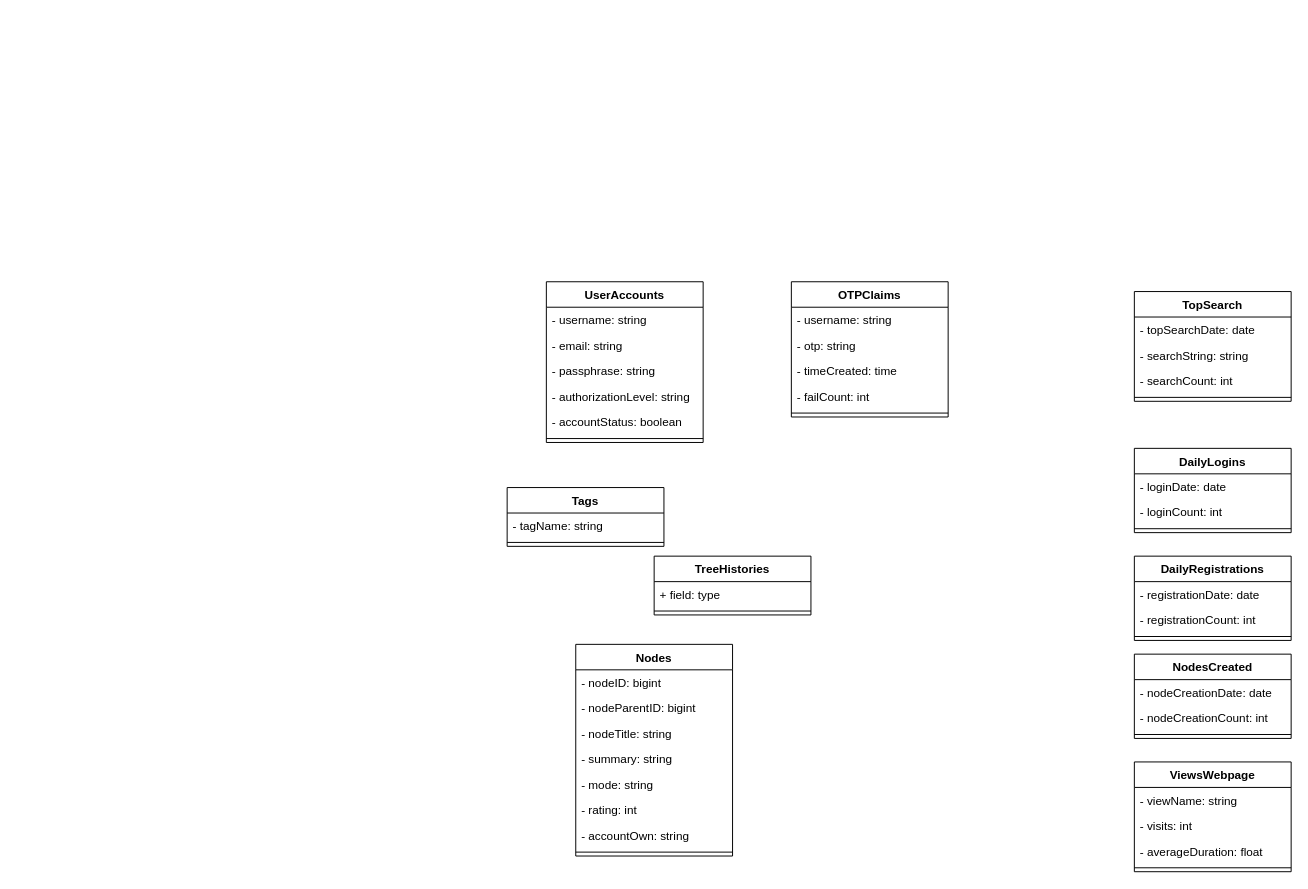
Above: Tresearch UML.drawio in matttchen117/Tresearch (draw.io), before the change. Source tidied: cells renumbered, new cells numbered last; positions are measured from the earlier drawing's top-left corner, leaving out a move shared by most shapes. Both pictures are drawn from the tidied source at 98%, with x=0, y=0 at pixel (507, 281).
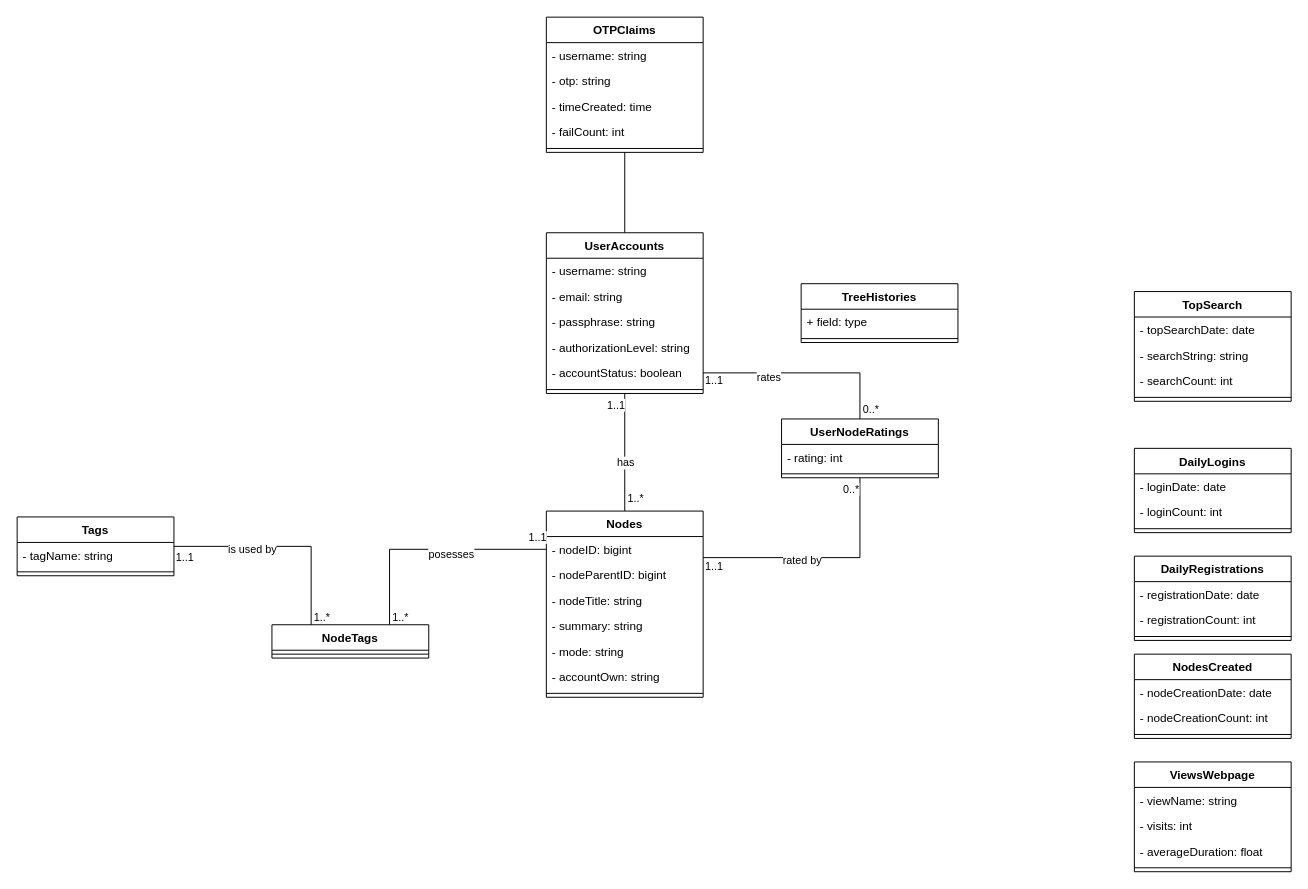
The same page after the edit.

Commit message:
Added two tables to the diagram

The change refers to these unchanged cells:
```xml
<mxCell id="13" value="- accountStatus: boolean" style="text;strokeColor=none;fillColor=none;align=left;verticalAlign=top;spacingLeft=4;spacingRight=4;overflow=hidden;points=[[0,0.5],[1,0.5]];portConstraint=eastwest;" parent="8" vertex="1">
  <mxGeometry y="130" width="160" height="26" as="geometry" />
</mxCell>
<mxCell id="31" value="- nodeID: bigint" style="text;strokeColor=none;fillColor=none;align=left;verticalAlign=top;spacingLeft=4;spacingRight=4;overflow=hidden;points=[[0,0.5],[1,0.5]];portConstraint=eastwest;" parent="30" vertex="1">
  <mxGeometry y="26" width="160" height="26" as="geometry" />
</mxCell>
```

Change to the diagram source:
```diff
@@
+    <mxCell id="52" style="edgeStyle=orthogonalEdgeStyle;rounded=0;jettySize=auto;html=1;exitX=0.5;exitY=1;exitDx=0;exitDy=0;entryX=0.5;entryY=0;entryDx=0;entryDy=0;endArrow=none;endFill=0;" parent="1" edge="1" source="2" target="8">
+      <mxGeometry relative="1" as="geometry" />
+    </mxCell>
     <mxCell id="2" value="OTPClaims" style="swimlane;fontStyle=1;align=center;verticalAlign=top;horizontal=1;startSize=26;" parent="1" vertex="1">
-      <mxGeometry x="290" width="160" height="138" as="geometry" />
+      <mxGeometry x="40" y="-270" width="160" height="138" as="geometry" />
     </mxCell>
@@
+    <mxCell id="53" style="edgeStyle=orthogonalEdgeStyle;rounded=0;jettySize=auto;html=1;entryX=0.5;entryY=0;entryDx=0;entryDy=0;endArrow=none;endFill=0;exitX=0.5;exitY=1;exitDx=0;exitDy=0;" parent="1" edge="1" source="8" target="30">
+      <mxGeometry relative="1" as="geometry" />
+    </mxCell>
+    <mxCell id="54" value="1..*" style="edgeLabel;html=1;align=center;verticalAlign=middle;" parent="53" vertex="1">
+      <mxGeometry x="0.78" y="1" relative="1" as="geometry">
+        <mxPoint x="9" y="-1" as="offset" />
+      </mxGeometry>
+    </mxCell>
+    <mxCell id="55" value="has" style="edgeLabel;html=1;align=center;verticalAlign=middle;" parent="53" vertex="1">
+      <mxGeometry x="0.16" y="-8" relative="1" as="geometry">
+        <mxPoint x="8" as="offset" />
+      </mxGeometry>
+    </mxCell>
+    <mxCell id="56" value="1..1" style="edgeLabel;html=1;align=center;verticalAlign=middle;" parent="53" vertex="1">
+      <mxGeometry x="-0.81" y="1" relative="1" as="geometry">
+        <mxPoint x="-11" as="offset" />
+      </mxGeometry>
+    </mxCell>
     <mxCell id="8" value="UserAccounts" style="swimlane;fontStyle=1;align=center;verticalAlign=top;horizontal=1;startSize=26;" parent="1" vertex="1">
-      <mxGeometry x="40" width="160" height="164" as="geometry" />
+      <mxGeometry x="40" y="-50" width="160" height="164" as="geometry" />
     </mxCell>
@@
     <mxCell id="24" value="TreeHistories" style="swimlane;fontStyle=1;align=center;verticalAlign=top;horizontal=1;startSize=26;" parent="1" vertex="1">
-      <mxGeometry x="150" y="280" width="160" height="60" as="geometry" />
+      <mxGeometry x="300" y="2" width="160" height="60" as="geometry" />
     </mxCell>
@@
+    <mxCell id="57" style="edgeStyle=orthogonalEdgeStyle;rounded=0;jettySize=auto;html=1;entryX=0.25;entryY=0;entryDx=0;entryDy=0;endArrow=none;endFill=0;" parent="1" edge="1" source="27" target="69">
+      <mxGeometry relative="1" as="geometry" />
+    </mxCell>
+    <mxCell id="58" value="1..*" style="edgeLabel;html=1;align=center;verticalAlign=middle;" parent="57" vertex="1">
+      <mxGeometry x="0.82" y="3" relative="1" as="geometry">
+        <mxPoint x="7" y="12" as="offset" />
+      </mxGeometry>
+    </mxCell>
+    <mxCell id="59" value="1..1" style="edgeLabel;html=1;align=center;verticalAlign=middle;" parent="57" vertex="1">
+      <mxGeometry x="-0.67" y="1" relative="1" as="geometry">
+        <mxPoint x="-26" y="11" as="offset" />
+      </mxGeometry>
+    </mxCell>
+    <mxCell id="60" value="is used by" style="edgeLabel;html=1;align=center;verticalAlign=middle;" parent="57" vertex="1">
+      <mxGeometry x="-0.28" y="-2" relative="1" as="geometry" />
+    </mxCell>
     <mxCell id="27" value="Tags" style="swimlane;fontStyle=1;align=center;verticalAlign=top;horizontal=1;startSize=26;" parent="1" vertex="1">
-      <mxGeometry y="210" width="160" height="60" as="geometry" />
+      <mxGeometry x="-500" y="240" width="160" height="60" as="geometry" />
     </mxCell>
@@
+    <mxCell id="61" style="edgeStyle=orthogonalEdgeStyle;rounded=0;jettySize=auto;html=1;exitX=1;exitY=0.25;exitDx=0;exitDy=0;entryX=0.5;entryY=1;entryDx=0;entryDy=0;endArrow=none;endFill=0;" parent="1" edge="1" source="30" target="71">
+      <mxGeometry relative="1" as="geometry" />
+    </mxCell>
+    <mxCell id="62" value="0..*" style="edgeLabel;html=1;align=center;verticalAlign=middle;" parent="61" vertex="1">
+      <mxGeometry x="0.89" y="1" relative="1" as="geometry">
+        <mxPoint x="-9" y="-2" as="offset" />
+      </mxGeometry>
+    </mxCell>
+    <mxCell id="63" value="1..1" style="edgeLabel;html=1;align=center;verticalAlign=middle;" parent="61" vertex="1">
+      <mxGeometry x="-0.88" y="-2" relative="1" as="geometry">
+        <mxPoint x="-4" y="7" as="offset" />
+      </mxGeometry>
+    </mxCell>
+    <mxCell id="64" value="rated by" style="edgeLabel;html=1;align=center;verticalAlign=middle;" parent="61" vertex="1">
+      <mxGeometry x="-0.17" y="-2" relative="1" as="geometry" />
+    </mxCell>
     <mxCell id="30" value="Nodes" style="swimlane;fontStyle=1;align=center;verticalAlign=top;horizontal=1;startSize=26;" parent="1" vertex="1">
-      <mxGeometry x="70" y="370" width="160" height="216" as="geometry" />
+      <mxGeometry x="40" y="234" width="160" height="190" as="geometry" />
     </mxCell>
@@
-    <mxCell id="36" value="- rating: int" style="text;strokeColor=none;fillColor=none;align=left;verticalAlign=top;spacingLeft=4;spacingRight=4;overflow=hidden;" parent="30" vertex="1">
-      <mxGeometry y="156" width="160" height="26" as="geometry" />
-    </mxCell>
     <mxCell id="37" value="- accountOwn: string" style="text;strokeColor=none;fillColor=none;align=left;verticalAlign=top;spacingLeft=4;spacingRight=4;overflow=hidden;" parent="30" vertex="1">
-      <mxGeometry y="182" width="160" height="26" as="geometry" />
+      <mxGeometry y="156" width="160" height="26" as="geometry" />
     </mxCell>
     <mxCell id="38" style="line;strokeWidth=1;fillColor=none;align=left;verticalAlign=middle;spacingTop=-1;spacingLeft=3;spacingRight=3;labelPosition=right;" parent="30" vertex="1">
-      <mxGeometry y="208" width="160" height="8" as="geometry" />
+      <mxGeometry y="182" width="160" height="8" as="geometry" />
     </mxCell>
@@
+    <mxCell id="65" style="edgeStyle=orthogonalEdgeStyle;rounded=0;jettySize=auto;html=1;exitX=0;exitY=0.5;exitDx=0;exitDy=0;endArrow=none;endFill=0;entryX=0.75;entryY=0;entryDx=0;entryDy=0;" parent="1" edge="1" source="31" target="69">
+      <mxGeometry relative="1" as="geometry" />
+    </mxCell>
+    <mxCell id="66" value="1..*" style="edgeLabel;html=1;align=center;verticalAlign=middle;" parent="65" vertex="1">
+      <mxGeometry x="0.82" y="-2" relative="1" as="geometry">
+        <mxPoint x="12" y="13" as="offset" />
+      </mxGeometry>
+    </mxCell>
+    <mxCell id="67" value="1..1" style="edgeLabel;html=1;align=center;verticalAlign=middle;" parent="65" vertex="1">
+      <mxGeometry x="-0.75" relative="1" as="geometry">
+        <mxPoint x="20" y="-13" as="offset" />
+      </mxGeometry>
+    </mxCell>
+    <mxCell id="68" value="posesses" style="edgeLabel;html=1;align=center;verticalAlign=middle;" parent="65" vertex="1">
+      <mxGeometry x="-0.17" y="4" relative="1" as="geometry" />
+    </mxCell>
+    <mxCell id="69" value="NodeTags" style="swimlane;fontStyle=1;align=center;verticalAlign=top;horizontal=1;startSize=26;" parent="1" vertex="1">
+      <mxGeometry x="-240" y="350" width="160" height="34" as="geometry" />
+    </mxCell>
+    <mxCell id="70" style="line;strokeWidth=1;fillColor=none;align=left;verticalAlign=middle;spacingTop=-1;spacingLeft=3;spacingRight=3;labelPosition=right;" parent="69" vertex="1">
+      <mxGeometry y="26" width="160" height="8" as="geometry" />
+    </mxCell>
+    <mxCell id="71" value="UserNodeRatings" style="swimlane;fontStyle=1;align=center;verticalAlign=top;horizontal=1;startSize=26;" parent="1" vertex="1">
+      <mxGeometry x="280" y="140" width="160" height="60" as="geometry" />
+    </mxCell>
+    <mxCell id="36" value="- rating: int" style="text;strokeColor=none;fillColor=none;align=left;verticalAlign=top;spacingLeft=4;spacingRight=4;overflow=hidden;" parent="71" vertex="1">
+      <mxGeometry y="26" width="160" height="26" as="geometry" />
+    </mxCell>
+    <mxCell id="72" style="line;strokeWidth=1;fillColor=none;align=left;verticalAlign=middle;spacingTop=-1;spacingLeft=3;spacingRight=3;labelPosition=right;" parent="71" vertex="1">
+      <mxGeometry y="52" width="160" height="8" as="geometry" />
+    </mxCell>
+    <mxCell id="73" style="edgeStyle=orthogonalEdgeStyle;rounded=0;jettySize=auto;html=1;exitX=1;exitY=0.5;exitDx=0;exitDy=0;entryX=0.5;entryY=0;entryDx=0;entryDy=0;endArrow=none;endFill=0;" parent="1" edge="1" source="13" target="71">
+      <mxGeometry relative="1" as="geometry" />
+    </mxCell>
+    <mxCell id="74" value="0..*" style="edgeLabel;html=1;align=center;verticalAlign=middle;" parent="73" vertex="1">
+      <mxGeometry x="0.89" relative="1" as="geometry">
+        <mxPoint x="10" as="offset" />
+      </mxGeometry>
+    </mxCell>
+    <mxCell id="75" value="1..1" style="edgeLabel;html=1;align=center;verticalAlign=middle;" parent="73" vertex="1">
+      <mxGeometry x="-0.81" y="2" relative="1" as="geometry">
+        <mxPoint x="-10" y="9" as="offset" />
+      </mxGeometry>
+    </mxCell>
+    <mxCell id="76" value="rates" style="edgeLabel;html=1;align=center;verticalAlign=middle;" parent="73" vertex="1">
+      <mxGeometry x="-0.36" y="-4" relative="1" as="geometry" />
+    </mxCell>
```
